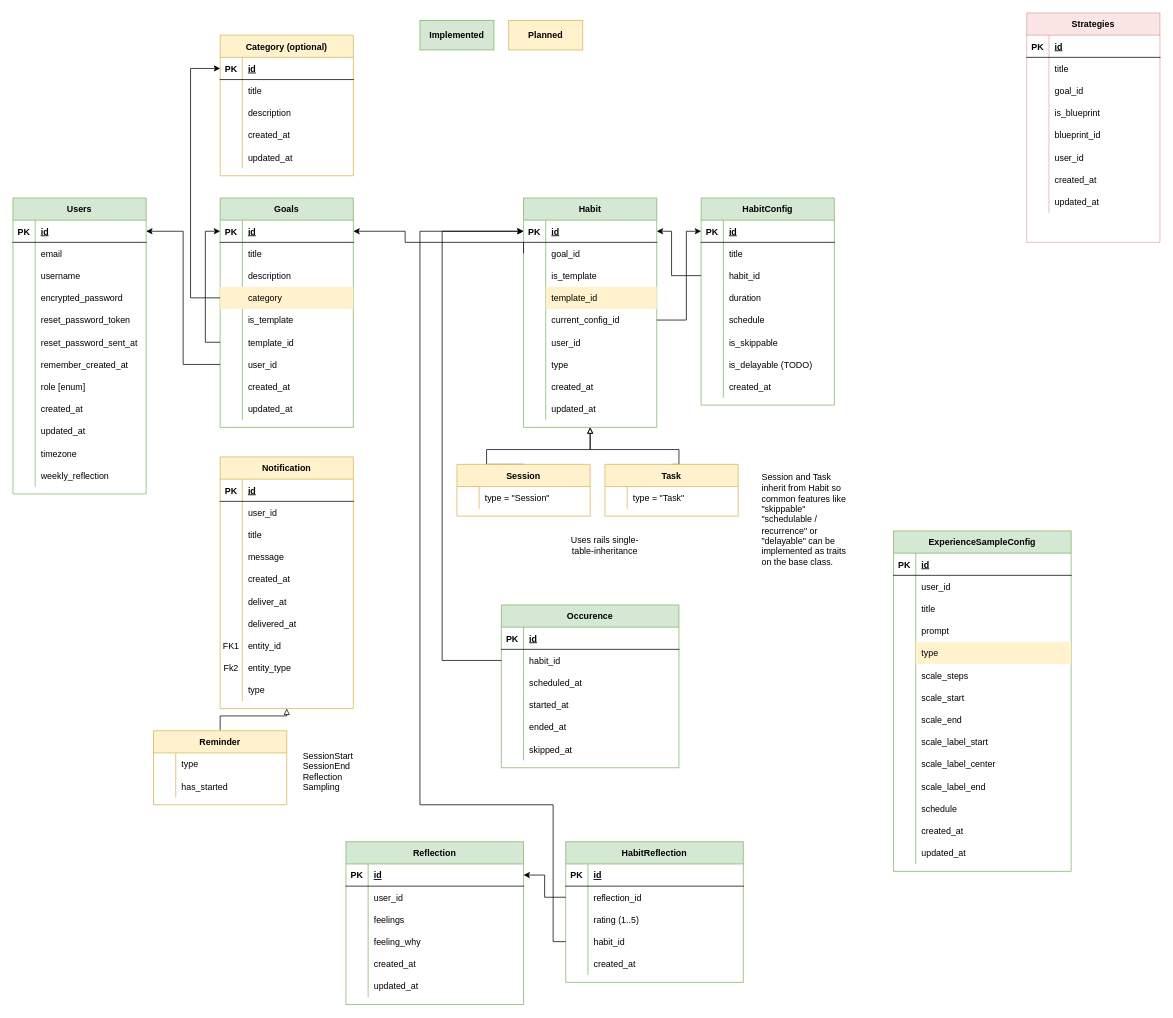
The draw.io diagram reqs/DB Model.drawio in AlexanderLill/yahtapp-web, before the edit. Source tidied: cells renumbered, new cells numbered last; positions are measured from the earlier drawing's top-left corner, leaving out a move shared by most shapes. Both pictures are drawn from the tidied source at 74%, with x=0, y=0 at pixel (13, 13).
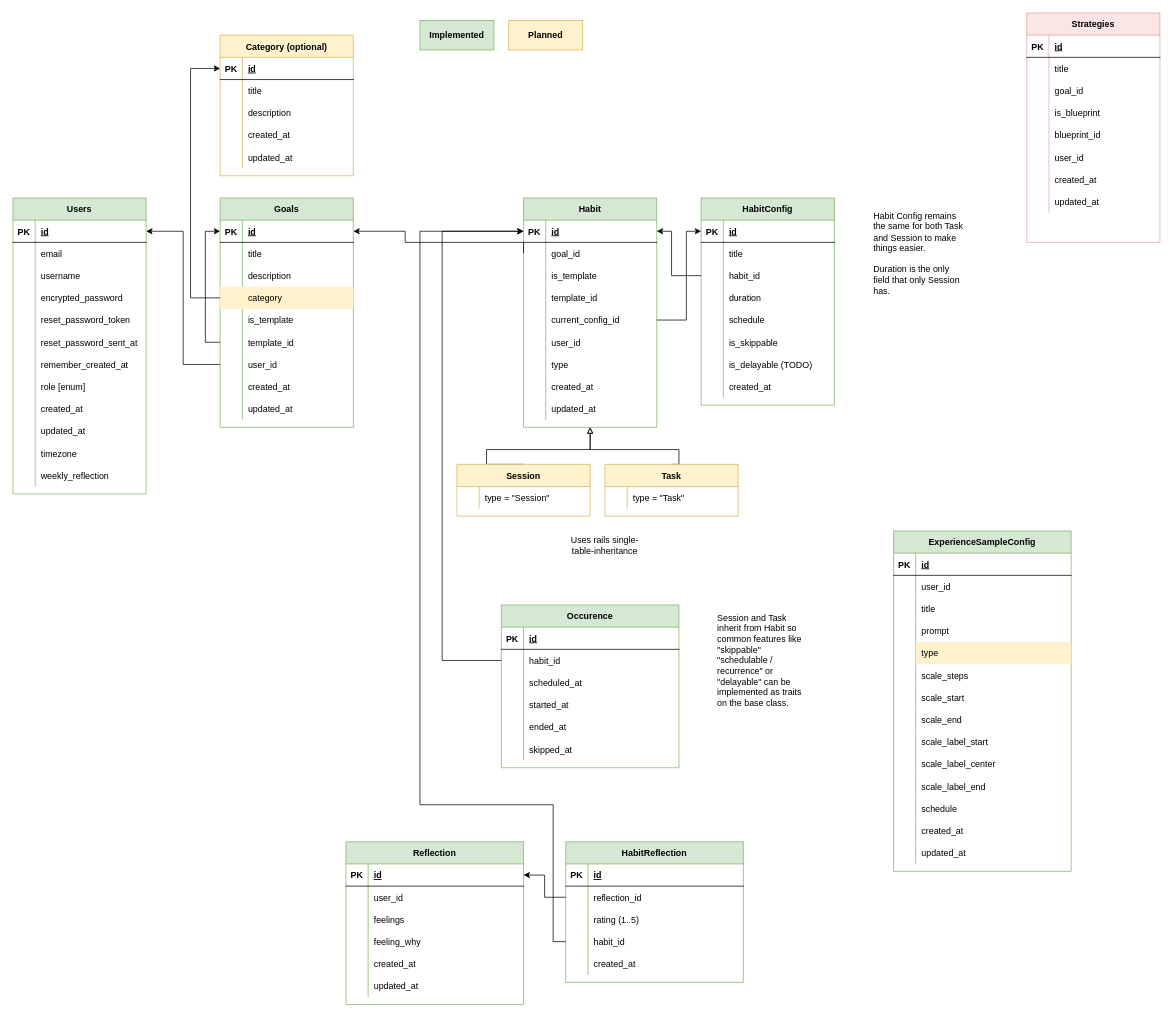
The same page after the edit.

Unchanged cells that the change refers to:
```xml
<mxCell id="103" style="shape=partialRectangle;fillColor=none;top=0;left=0;bottom=0;right=0;" parent="93" vertex="1">
  <mxGeometry y="120" width="180" height="30" as="geometry" />
</mxCell>
```

Diff of the diagram source:
```diff
@@
-    <mxCell id="105" value="template_id" style="shape=partialRectangle;top=0;left=0;bottom=0;right=0;align=left;spacingLeft=6;overflow=hidden;fillColor=#fff2cc;strokeColor=#d6b656;" parent="103" vertex="1">
+    <mxCell id="105" value="template_id" style="shape=partialRectangle;top=0;left=0;bottom=0;right=0;align=left;spacingLeft=6;overflow=hidden;strokeColor=#d6b656;fillColor=none;" parent="103" vertex="1">
       <mxGeometry x="30" width="150" height="30" as="geometry" />
     </mxCell>
@@
-    <mxCell id="140" value="Notification" style="shape=table;startSize=30;childLayout=tableLayout;rowLines=0;fontStyle=1;align=center;fillColor=#fff2cc;strokeColor=#d6b656;" parent="1" vertex="1">
-      <mxGeometry x="280" y="600" width="180" height="340" as="geometry" />
-    </mxCell>
-    <mxCell id="141" style="shape=partialRectangle;fillColor=none;top=0;left=0;bottom=1;right=0;" parent="140" vertex="1">
-      <mxGeometry y="30" width="180" height="30" as="geometry" />
-    </mxCell>
-    <mxCell id="142" value="PK" style="shape=partialRectangle;fillColor=none;top=0;left=0;bottom=0;right=0;fontStyle=1;overflow=hidden;" parent="141" vertex="1">
-      <mxGeometry width="30" height="30" as="geometry" />
-    </mxCell>
-    <mxCell id="143" value="id" style="shape=partialRectangle;fillColor=none;top=0;left=0;bottom=0;right=0;align=left;spacingLeft=6;fontStyle=5;overflow=hidden;" parent="141" vertex="1">
-      <mxGeometry x="30" width="150" height="30" as="geometry" />
-    </mxCell>
-    <mxCell id="144" style="shape=partialRectangle;fillColor=none;top=0;left=0;bottom=0;right=0;" parent="140" vertex="1">
-      <mxGeometry y="60" width="180" height="30" as="geometry" />
-    </mxCell>
-    <mxCell id="145" style="shape=partialRectangle;fillColor=none;top=0;left=0;bottom=0;right=0;overflow=hidden;" parent="144" vertex="1">
-      <mxGeometry width="30" height="30" as="geometry" />
-    </mxCell>
-    <mxCell id="146" value="user_id" style="shape=partialRectangle;fillColor=none;top=0;left=0;bottom=0;right=0;align=left;spacingLeft=6;overflow=hidden;" parent="144" vertex="1">
-      <mxGeometry x="30" width="150" height="30" as="geometry" />
-    </mxCell>
-    <mxCell id="147" style="shape=partialRectangle;fillColor=none;top=0;left=0;bottom=0;right=0;" parent="140" vertex="1">
-      <mxGeometry y="90" width="180" height="30" as="geometry" />
-    </mxCell>
-    <mxCell id="148" style="shape=partialRectangle;fillColor=none;top=0;left=0;bottom=0;right=0;overflow=hidden;" parent="147" vertex="1">
-      <mxGeometry width="30" height="30" as="geometry" />
-    </mxCell>
-    <mxCell id="149" value="title" style="shape=partialRectangle;fillColor=none;top=0;left=0;bottom=0;right=0;align=left;spacingLeft=6;overflow=hidden;" parent="147" vertex="1">
-      <mxGeometry x="30" width="150" height="30" as="geometry" />
-    </mxCell>
-    <mxCell id="150" style="shape=partialRectangle;fillColor=none;top=0;left=0;bottom=0;right=0;" parent="140" vertex="1">
-      <mxGeometry y="120" width="180" height="30" as="geometry" />
-    </mxCell>
-    <mxCell id="151" style="shape=partialRectangle;fillColor=none;top=0;left=0;bottom=0;right=0;overflow=hidden;" parent="150" vertex="1">
-      <mxGeometry width="30" height="30" as="geometry" />
-    </mxCell>
-    <mxCell id="152" value="message" style="shape=partialRectangle;fillColor=none;top=0;left=0;bottom=0;right=0;align=left;spacingLeft=6;overflow=hidden;" parent="150" vertex="1">
-      <mxGeometry x="30" width="150" height="30" as="geometry" />
-    </mxCell>
-    <mxCell id="153" style="shape=partialRectangle;fillColor=none;top=0;left=0;bottom=0;right=0;" parent="140" vertex="1">
-      <mxGeometry y="150" width="180" height="30" as="geometry" />
-    </mxCell>
-    <mxCell id="154" style="shape=partialRectangle;fillColor=none;top=0;left=0;bottom=0;right=0;overflow=hidden;" parent="153" vertex="1">
-      <mxGeometry width="30" height="30" as="geometry" />
-    </mxCell>
-    <mxCell id="155" value="created_at" style="shape=partialRectangle;fillColor=none;top=0;left=0;bottom=0;right=0;align=left;spacingLeft=6;overflow=hidden;" parent="153" vertex="1">
-      <mxGeometry x="30" width="150" height="30" as="geometry" />
-    </mxCell>
-    <mxCell id="156" style="shape=partialRectangle;fillColor=none;top=0;left=0;bottom=0;right=0;" parent="140" vertex="1">
-      <mxGeometry y="180" width="180" height="30" as="geometry" />
-    </mxCell>
-    <mxCell id="157" style="shape=partialRectangle;fillColor=none;top=0;left=0;bottom=0;right=0;overflow=hidden;" parent="156" vertex="1">
-      <mxGeometry width="30" height="30" as="geometry" />
-    </mxCell>
-    <mxCell id="158" value="deliver_at" style="shape=partialRectangle;fillColor=none;top=0;left=0;bottom=0;right=0;align=left;spacingLeft=6;overflow=hidden;" parent="156" vertex="1">
-      <mxGeometry x="30" width="150" height="30" as="geometry" />
-    </mxCell>
-    <mxCell id="159" style="shape=partialRectangle;fillColor=none;top=0;left=0;bottom=0;right=0;" parent="140" vertex="1">
-      <mxGeometry y="210" width="180" height="30" as="geometry" />
-    </mxCell>
-    <mxCell id="160" style="shape=partialRectangle;fillColor=none;top=0;left=0;bottom=0;right=0;overflow=hidden;" parent="159" vertex="1">
-      <mxGeometry width="30" height="30" as="geometry" />
-    </mxCell>
-    <mxCell id="161" value="delivered_at" style="shape=partialRectangle;fillColor=none;top=0;left=0;bottom=0;right=0;align=left;spacingLeft=6;overflow=hidden;" parent="159" vertex="1">
-      <mxGeometry x="30" width="150" height="30" as="geometry" />
-    </mxCell>
-    <mxCell id="162" style="shape=partialRectangle;fillColor=none;top=0;left=0;bottom=0;right=0;" parent="140" vertex="1">
-      <mxGeometry y="240" width="180" height="30" as="geometry" />
-    </mxCell>
-    <mxCell id="163" value="FK1" style="shape=partialRectangle;fillColor=none;top=0;left=0;bottom=0;right=0;overflow=hidden;" parent="162" vertex="1">
-      <mxGeometry width="30" height="30" as="geometry" />
-    </mxCell>
-    <mxCell id="164" value="entity_id" style="shape=partialRectangle;fillColor=none;top=0;left=0;bottom=0;right=0;align=left;spacingLeft=6;overflow=hidden;" parent="162" vertex="1">
-      <mxGeometry x="30" width="150" height="30" as="geometry" />
-    </mxCell>
-    <mxCell id="165" style="shape=partialRectangle;fillColor=none;top=0;left=0;bottom=0;right=0;" parent="140" vertex="1">
-      <mxGeometry y="270" width="180" height="30" as="geometry" />
-    </mxCell>
-    <mxCell id="166" value="Fk2" style="shape=partialRectangle;fillColor=none;top=0;left=0;bottom=0;right=0;overflow=hidden;" parent="165" vertex="1">
-      <mxGeometry width="30" height="30" as="geometry" />
-    </mxCell>
-    <mxCell id="167" value="entity_type" style="shape=partialRectangle;fillColor=none;top=0;left=0;bottom=0;right=0;align=left;spacingLeft=6;overflow=hidden;" parent="165" vertex="1">
-      <mxGeometry x="30" width="150" height="30" as="geometry" />
-    </mxCell>
-    <mxCell id="168" style="shape=partialRectangle;fillColor=none;top=0;left=0;bottom=0;right=0;" parent="140" vertex="1">
-      <mxGeometry y="300" width="180" height="30" as="geometry" />
-    </mxCell>
-    <mxCell id="169" style="shape=partialRectangle;fillColor=none;top=0;left=0;bottom=0;right=0;overflow=hidden;" parent="168" vertex="1">
-      <mxGeometry width="30" height="30" as="geometry" />
-    </mxCell>
-    <mxCell id="170" value="type" style="shape=partialRectangle;fillColor=none;top=0;left=0;bottom=0;right=0;align=left;spacingLeft=6;overflow=hidden;" parent="168" vertex="1">
-      <mxGeometry x="30" width="150" height="30" as="geometry" />
-    </mxCell>
@@
-    <mxCell id="176" value="SessionStart&lt;br&gt;SessionEnd&lt;br&gt;Reflection&lt;br&gt;Sampling" style="text;html=1;strokeColor=none;fillColor=none;align=left;verticalAlign=middle;whiteSpace=wrap;rounded=0;" parent="1" vertex="1">
-      <mxGeometry x="390" y="980" width="120" height="90" as="geometry" />
-    </mxCell>
@@
-    <mxCell id="183" value="Session and Task inherit from Habit so common features like &quot;skippable&quot; &quot;schedulable / recurrence&quot; or &quot;delayable&quot; can be implemented as traits on the base class." style="text;html=1;strokeColor=none;fillColor=none;align=left;verticalAlign=middle;whiteSpace=wrap;rounded=0;" parent="1" vertex="1">
-      <mxGeometry x="1010" y="610" width="130" height="150" as="geometry" />
-    </mxCell>
-    <mxCell id="184" style="edgeStyle=orthogonalEdgeStyle;rounded=0;jettySize=auto;html=1;exitX=0.5;exitY=0;exitDx=0;exitDy=0;entryX=0.5;entryY=1;entryDx=0;entryDy=0;endArrow=block;endFill=0;" parent="1" edge="1" source="185" target="140">
-      <mxGeometry relative="1" as="geometry" />
-    </mxCell>
-    <mxCell id="185" value="Reminder" style="shape=table;startSize=30;childLayout=tableLayout;rowLines=0;fontStyle=1;align=center;fillColor=#fff2cc;strokeColor=#d6b656;" parent="1" vertex="1">
-      <mxGeometry x="190" y="970" width="180" height="100" as="geometry" />
-    </mxCell>
-    <mxCell id="186" style="shape=partialRectangle;fillColor=none;top=0;left=0;bottom=0;right=0;" parent="185" vertex="1">
-      <mxGeometry y="30" width="180" height="30" as="geometry" />
-    </mxCell>
-    <mxCell id="187" style="shape=partialRectangle;fillColor=none;top=0;left=0;bottom=0;right=0;overflow=hidden;" parent="186" vertex="1">
-      <mxGeometry width="30" height="30" as="geometry" />
-    </mxCell>
-    <mxCell id="188" value="type" style="shape=partialRectangle;fillColor=none;top=0;left=0;bottom=0;right=0;align=left;spacingLeft=6;overflow=hidden;" parent="186" vertex="1">
-      <mxGeometry x="30" width="150" height="30" as="geometry" />
-    </mxCell>
-    <mxCell id="189" style="shape=partialRectangle;fillColor=none;top=0;left=0;bottom=0;right=0;" parent="185" vertex="1">
-      <mxGeometry y="60" width="180" height="30" as="geometry" />
-    </mxCell>
-    <mxCell id="190" style="shape=partialRectangle;fillColor=none;top=0;left=0;bottom=0;right=0;overflow=hidden;" parent="189" vertex="1">
-      <mxGeometry width="30" height="30" as="geometry" />
-    </mxCell>
-    <mxCell id="191" value="has_started" style="shape=partialRectangle;fillColor=none;top=0;left=0;bottom=0;right=0;align=left;spacingLeft=6;overflow=hidden;" parent="189" vertex="1">
-      <mxGeometry x="30" width="150" height="30" as="geometry" />
-    </mxCell>
@@
+    <mxCell id="321" value="Habit Config remains the same for both Task and Session to make things easier.&lt;br&gt;&lt;br&gt;Duration is the only field that only Session has." style="text;html=1;strokeColor=none;fillColor=none;align=left;verticalAlign=middle;whiteSpace=wrap;rounded=0;" parent="1" vertex="1">
+      <mxGeometry x="1161" y="250" width="130" height="150" as="geometry" />
+    </mxCell>
+    <mxCell id="183" value="Session and Task inherit from Habit so common features like &quot;skippable&quot; &quot;schedulable / recurrence&quot; or &quot;delayable&quot; can be implemented as traits on the base class." style="text;html=1;strokeColor=none;fillColor=none;align=left;verticalAlign=middle;whiteSpace=wrap;rounded=0;" parent="1" vertex="1">
+      <mxGeometry x="950" y="800" width="130" height="150" as="geometry" />
+    </mxCell>
```
